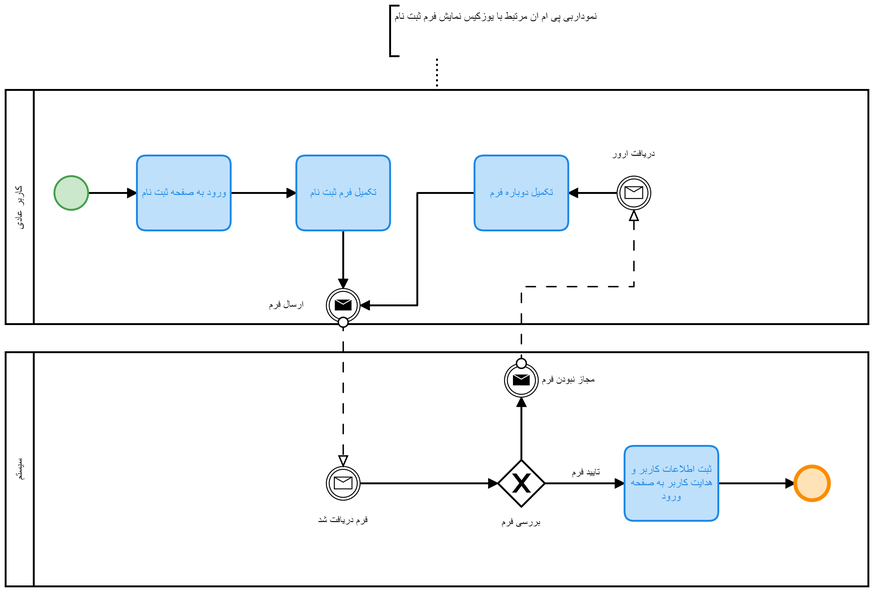
The BPMN diagram Diagrams/Activity Diagram & bpmn diagram/bpmn/PDF-version/sign-up-user.png in hirezadehghani/website-builder, before a commit. Its source is kept beside it as Diagrams/Activity Diagram & bpmn diagram/bpmn/sign-up-user.bpmn. Ids are renumbered.
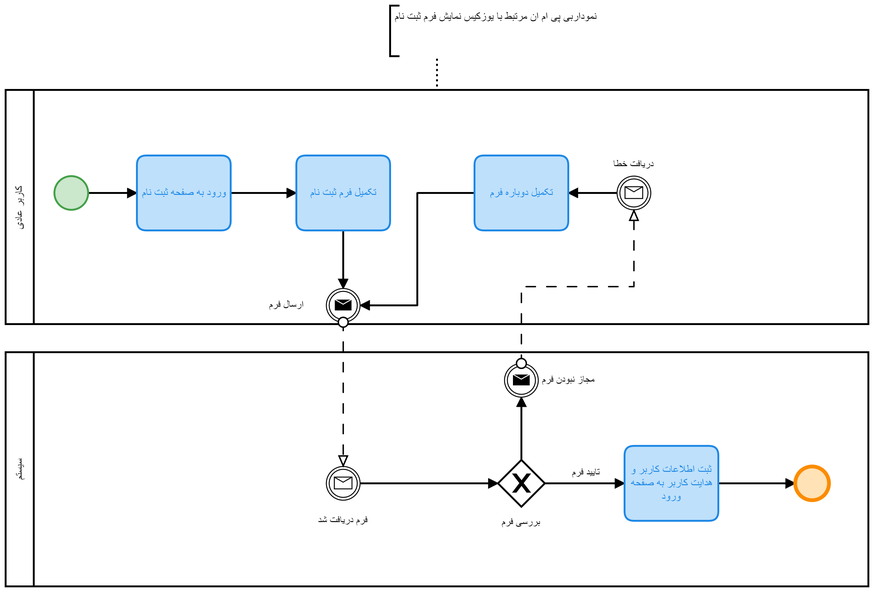
The same file after the commit.

Change to the diagram source:
```diff
@@ -34,7 +34,7 @@
     </bpmn:intermediateThrowEvent>
     <bpmn:sequenceFlow id="Flow_n20" sourceRef="Activity_n19" targetRef="Event_n11" />
     <bpmn:sequenceFlow id="Flow_n23" sourceRef="Activity_n21" targetRef="Event_n11" />
-    <bpmn:intermediateCatchEvent id="Event_n9" name="دریافت ارور">
+    <bpmn:intermediateCatchEvent id="Event_n9" name="دریافت خطا">
       <bpmn:outgoing>Flow_n22</bpmn:outgoing>
       <bpmn:messageEventDefinition id="MessageEventDefinition_n25" />
     </bpmn:intermediateCatchEvent>
@@ -114,7 +114,7 @@
       <bpmndi:BPMNShape id="Event_0kgkjzi_di" bpmnElement="Event_n9">
         <dc:Bounds x="812" y="302" width="36" height="36" />
         <bpmndi:BPMNLabel>
-          <dc:Bounds x="806" y="272" width="48" height="14" />
+          <dc:Bounds x="808" y="283" width="44" height="14" />
         </bpmndi:BPMNLabel>
       </bpmndi:BPMNShape>
       <bpmndi:BPMNShape id="Participant_n5_di" bpmnElement="Participant_n5" isHorizontal="true">
```
